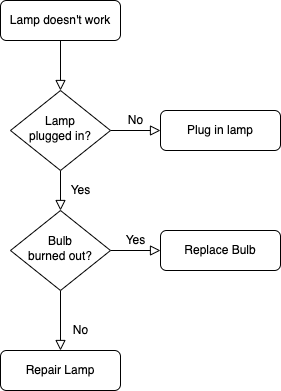
mapleFdg/diagrams keeps this draw.io diagram as 社康通/少儿医保.png. Above is the earlier version. Source tidied: cells renumbered, new cells last; positions are measured from the earlier drawing's top-left corner, leaving out a move shared by most shapes. Its diagram source:
```xml
<mxGraphModel>
  <root>
    <mxCell id="0" />
    <mxCell id="1" parent="0" />
    <mxCell id="2" style="rounded=0;html=1;jettySize=auto;fontSize=11;endArrow=block;endFill=0;endSize=8;strokeWidth=1;shadow=0;labelBackgroundColor=none;edgeStyle=orthogonalEdgeStyle;" parent="1" edge="1" source="3" target="6">
      <mxGeometry relative="1" as="geometry" />
    </mxCell>
    <mxCell id="3" value="Lamp doesn't work" style="rounded=1;whiteSpace=wrap;html=1;fontSize=12;glass=0;strokeWidth=1;shadow=0;" parent="1" vertex="1">
      <mxGeometry width="120" height="40" as="geometry" />
    </mxCell>
    <mxCell id="4" value="Yes" style="rounded=0;html=1;jettySize=auto;fontSize=11;endArrow=block;endFill=0;endSize=8;strokeWidth=1;shadow=0;labelBackgroundColor=none;edgeStyle=orthogonalEdgeStyle;" parent="1" edge="1" source="6" target="10">
      <mxGeometry y="20" relative="1" as="geometry" />
    </mxCell>
    <mxCell id="5" value="No" style="edgeStyle=orthogonalEdgeStyle;rounded=0;html=1;jettySize=auto;fontSize=11;endArrow=block;endFill=0;endSize=8;strokeWidth=1;shadow=0;labelBackgroundColor=none;" parent="1" edge="1" source="6" target="7">
      <mxGeometry y="10" relative="1" as="geometry" />
    </mxCell>
    <mxCell id="6" value="Lamp&lt;br&gt;plugged in?" style="rhombus;whiteSpace=wrap;html=1;shadow=0;fontFamily=Helvetica;fontSize=12;align=center;strokeWidth=1;spacing=6;spacingTop=-4;" parent="1" vertex="1">
      <mxGeometry x="10" y="90" width="100" height="80" as="geometry" />
    </mxCell>
    <mxCell id="7" value="Plug in lamp" style="rounded=1;whiteSpace=wrap;html=1;fontSize=12;glass=0;strokeWidth=1;shadow=0;" parent="1" vertex="1">
      <mxGeometry x="160" y="110" width="120" height="40" as="geometry" />
    </mxCell>
    <mxCell id="8" value="No" style="rounded=0;html=1;jettySize=auto;fontSize=11;endArrow=block;endFill=0;endSize=8;strokeWidth=1;shadow=0;labelBackgroundColor=none;edgeStyle=orthogonalEdgeStyle;" parent="1" edge="1" source="10" target="11">
      <mxGeometry x="0.33" y="20" relative="1" as="geometry" />
    </mxCell>
    <mxCell id="9" value="Yes" style="edgeStyle=orthogonalEdgeStyle;rounded=0;html=1;jettySize=auto;fontSize=11;endArrow=block;endFill=0;endSize=8;strokeWidth=1;shadow=0;labelBackgroundColor=none;" parent="1" edge="1" source="10" target="12">
      <mxGeometry y="10" relative="1" as="geometry" />
    </mxCell>
    <mxCell id="10" value="Bulb&lt;br&gt;burned out?" style="rhombus;whiteSpace=wrap;html=1;shadow=0;fontFamily=Helvetica;fontSize=12;align=center;strokeWidth=1;spacing=6;spacingTop=-4;" parent="1" vertex="1">
      <mxGeometry x="10" y="210" width="100" height="80" as="geometry" />
    </mxCell>
    <mxCell id="11" value="Repair Lamp" style="rounded=1;whiteSpace=wrap;html=1;fontSize=12;glass=0;strokeWidth=1;shadow=0;" parent="1" vertex="1">
      <mxGeometry y="350" width="120" height="40" as="geometry" />
    </mxCell>
    <mxCell id="12" value="Replace Bulb" style="rounded=1;whiteSpace=wrap;html=1;fontSize=12;glass=0;strokeWidth=1;shadow=0;" parent="1" vertex="1">
      <mxGeometry x="160" y="230" width="120" height="40" as="geometry" />
    </mxCell>
  </root>
</mxGraphModel>
```
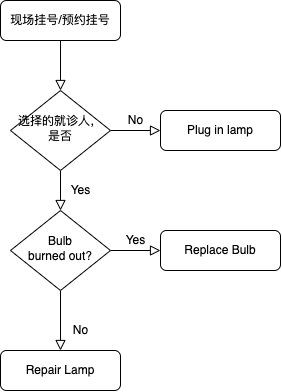
After the commit.

Commit message:
更新少儿医保.png

Diff of the diagram source:
```diff
@@ -5,7 +5,7 @@
     <mxCell id="2" style="rounded=0;html=1;jettySize=auto;fontSize=11;endArrow=block;endFill=0;endSize=8;strokeWidth=1;shadow=0;labelBackgroundColor=none;edgeStyle=orthogonalEdgeStyle;" parent="1" edge="1" source="3" target="6">
       <mxGeometry relative="1" as="geometry" />
     </mxCell>
-    <mxCell id="3" value="Lamp doesn't work" style="rounded=1;whiteSpace=wrap;html=1;fontSize=12;glass=0;strokeWidth=1;shadow=0;" parent="1" vertex="1">
+    <mxCell id="3" value="现场挂号/预约挂号" style="rounded=1;whiteSpace=wrap;html=1;fontSize=12;glass=0;strokeWidth=1;shadow=0;" parent="1" vertex="1">
       <mxGeometry width="120" height="40" as="geometry" />
     </mxCell>
     <mxCell id="4" value="Yes" style="rounded=0;html=1;jettySize=auto;fontSize=11;endArrow=block;endFill=0;endSize=8;strokeWidth=1;shadow=0;labelBackgroundColor=none;edgeStyle=orthogonalEdgeStyle;" parent="1" edge="1" source="6" target="10">
@@ -14,7 +14,7 @@
     <mxCell id="5" value="No" style="edgeStyle=orthogonalEdgeStyle;rounded=0;html=1;jettySize=auto;fontSize=11;endArrow=block;endFill=0;endSize=8;strokeWidth=1;shadow=0;labelBackgroundColor=none;" parent="1" edge="1" source="6" target="7">
       <mxGeometry y="10" relative="1" as="geometry" />
     </mxCell>
-    <mxCell id="6" value="Lamp&lt;br&gt;plugged in?" style="rhombus;whiteSpace=wrap;html=1;shadow=0;fontFamily=Helvetica;fontSize=12;align=center;strokeWidth=1;spacing=6;spacingTop=-4;" parent="1" vertex="1">
+    <mxCell id="6" value="选择的就诊人，是否" style="rhombus;whiteSpace=wrap;html=1;shadow=0;fontFamily=Helvetica;fontSize=12;align=center;strokeWidth=1;spacing=6;spacingTop=-4;" parent="1" vertex="1">
       <mxGeometry x="10" y="90" width="100" height="80" as="geometry" />
     </mxCell>
     <mxCell id="7" value="Plug in lamp" style="rounded=1;whiteSpace=wrap;html=1;fontSize=12;glass=0;strokeWidth=1;shadow=0;" parent="1" vertex="1">
```
